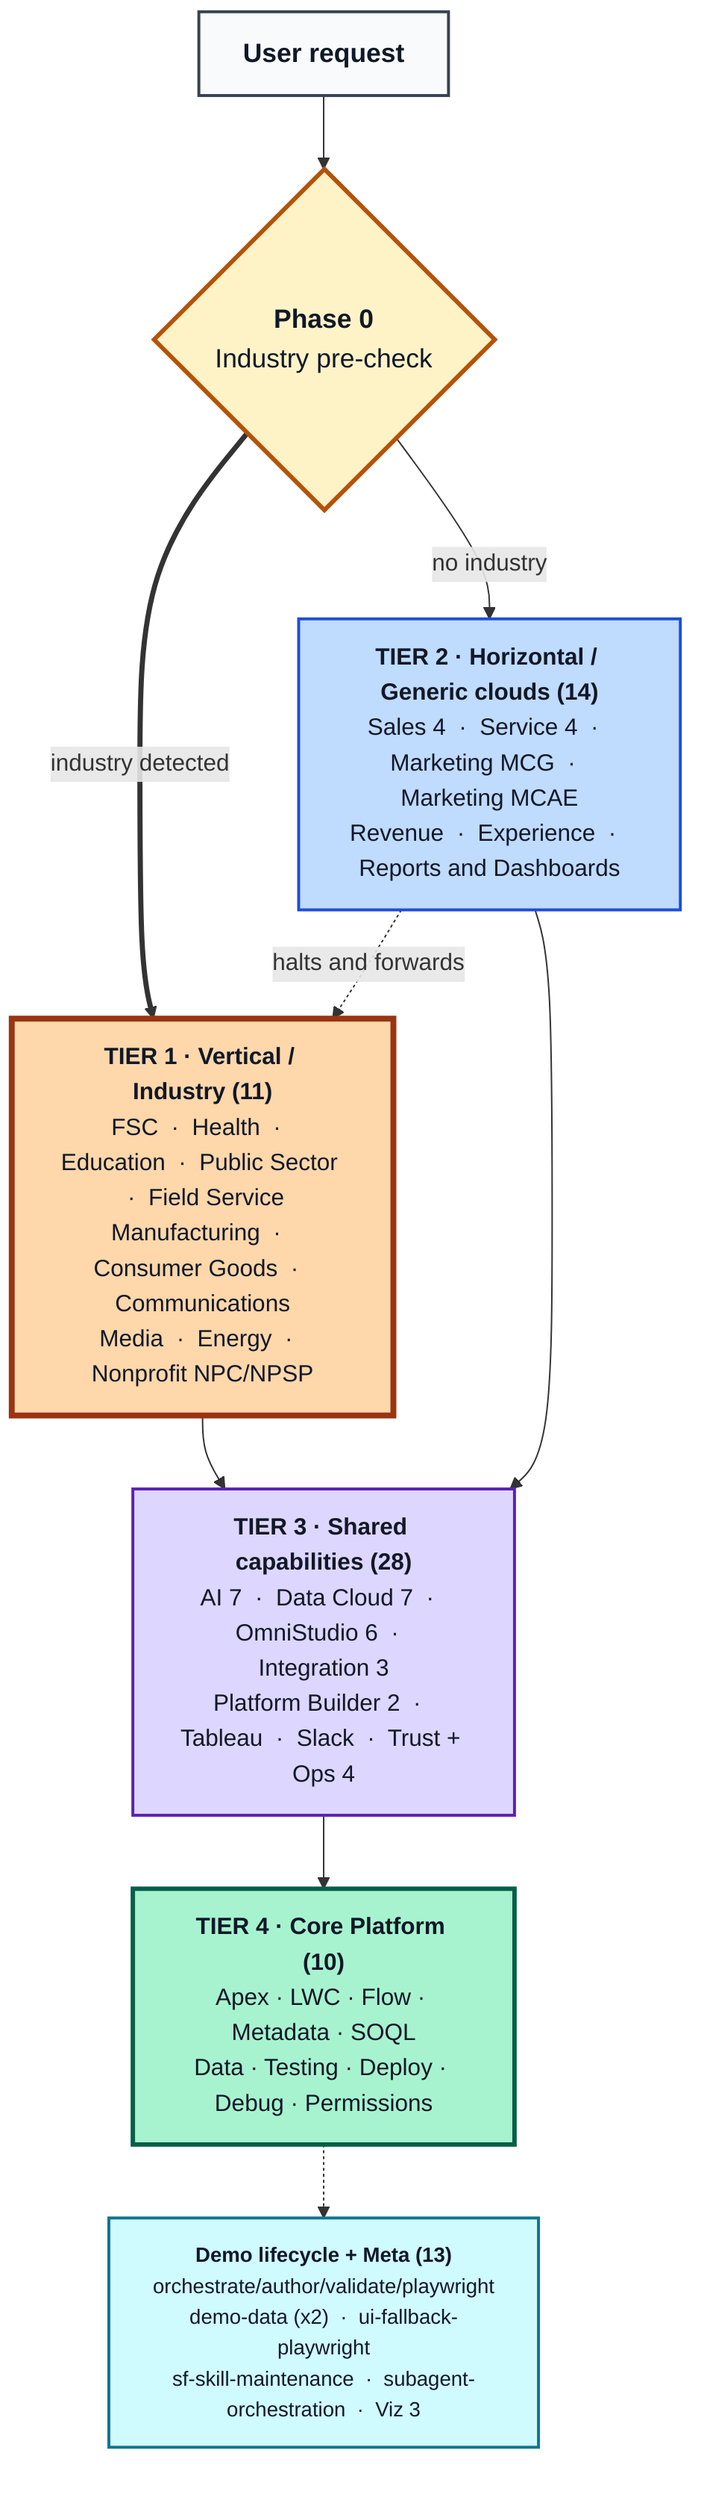
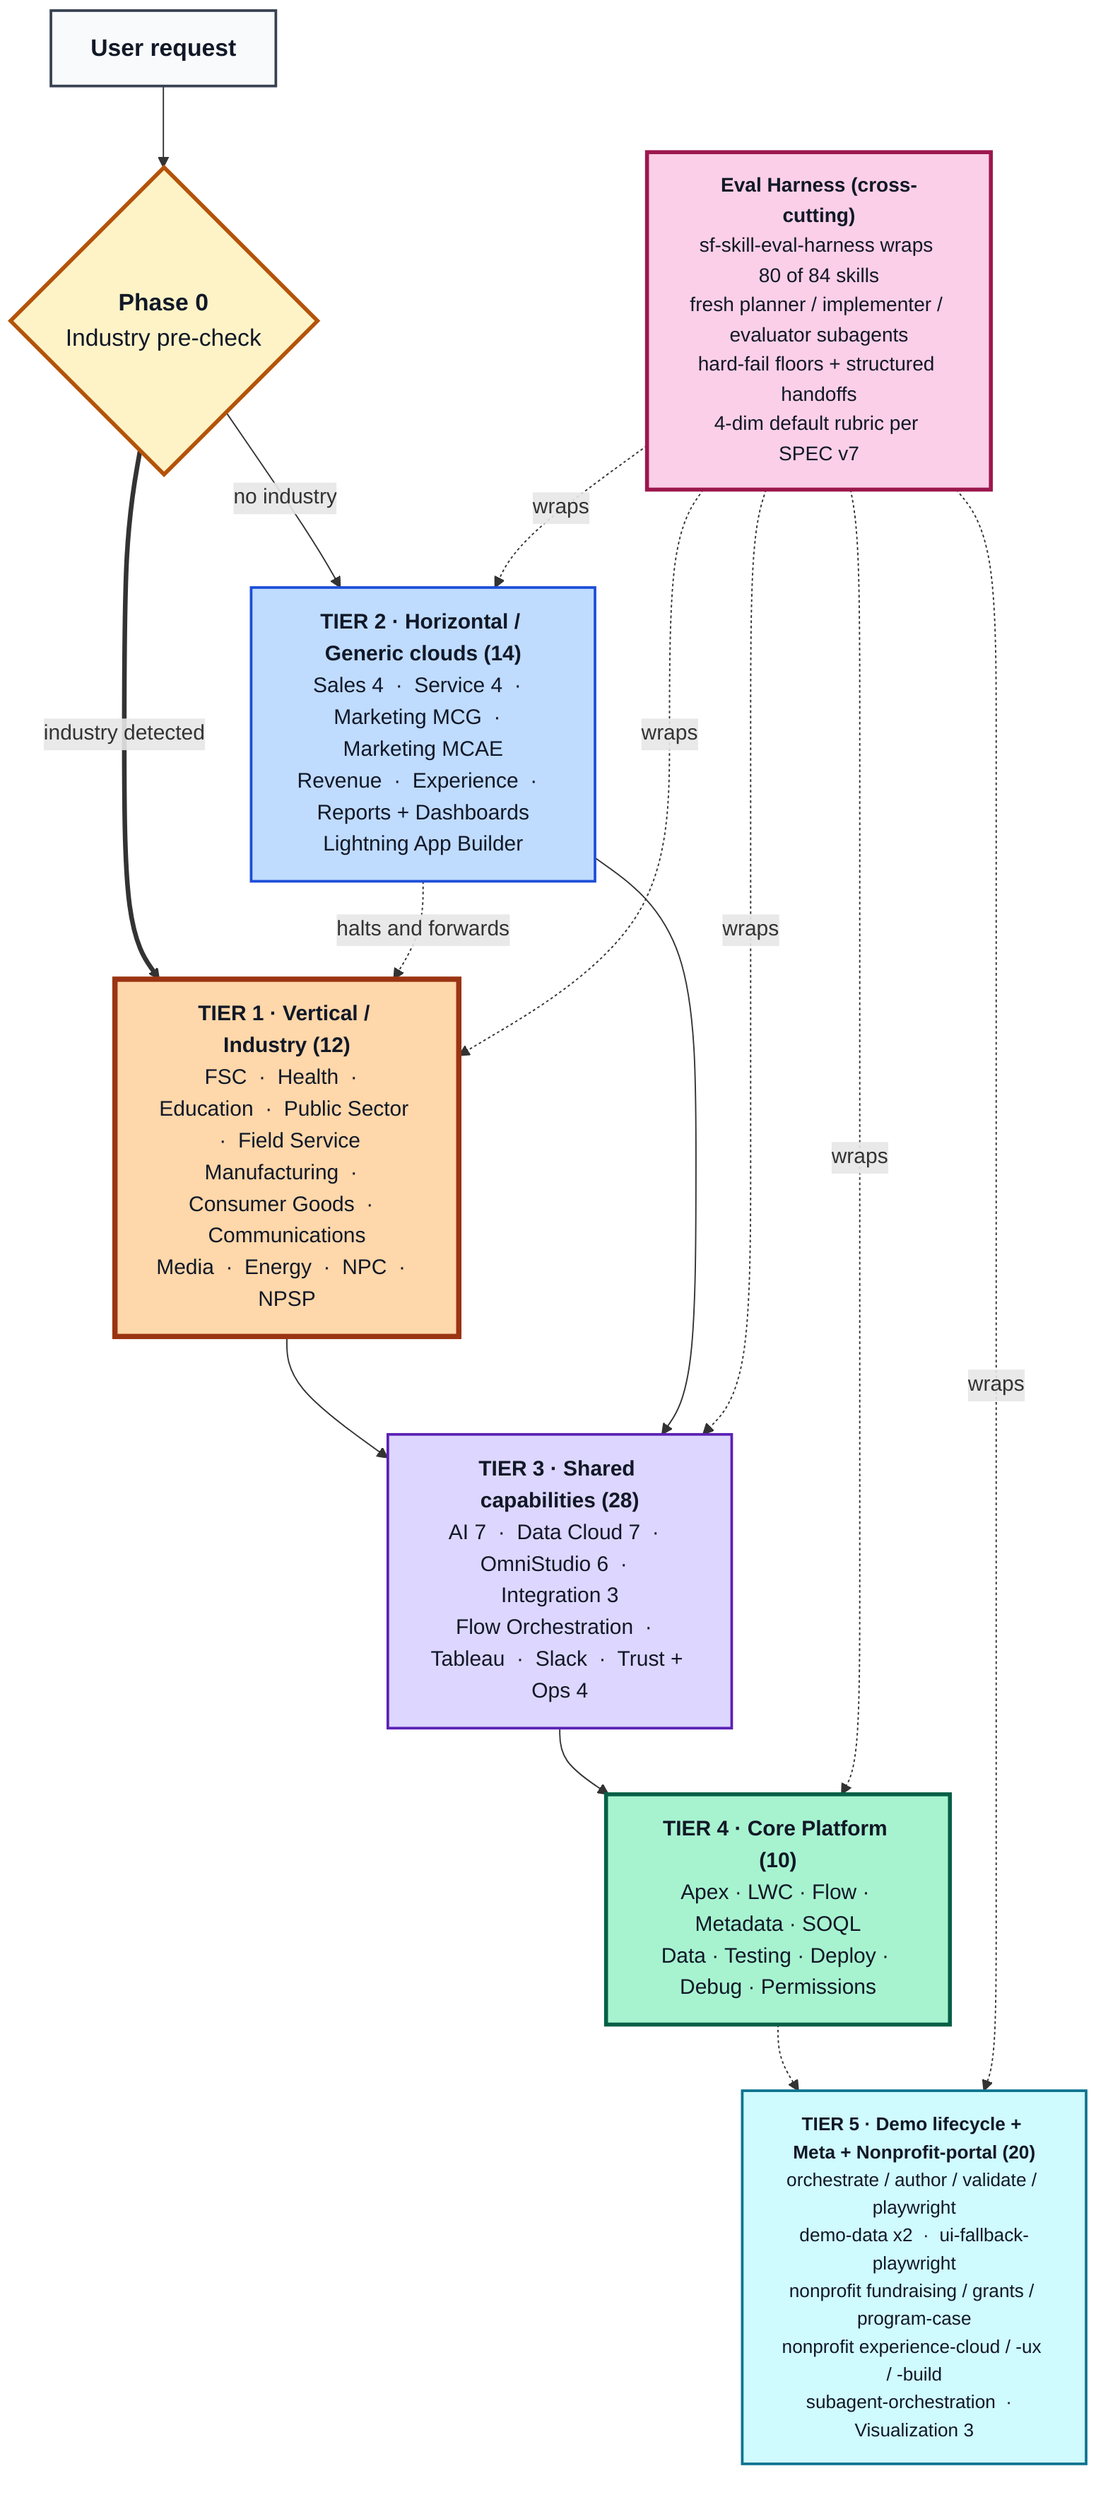
flowchart TB

    REQ["<b>User request</b>"]

    ROUTE{"<b>Phase 0</b><br/>Industry pre-check"}

-     IND["<b>TIER 1 &middot; Vertical / Industry (11)</b><br/>FSC &nbsp;&middot;&nbsp; Health &nbsp;&middot;&nbsp; Education &nbsp;&middot;&nbsp; Public Sector &nbsp;&middot;&nbsp; Field Service<br/>Manufacturing &nbsp;&middot;&nbsp; Consumer Goods &nbsp;&middot;&nbsp; Communications<br/>Media &nbsp;&middot;&nbsp; Energy &nbsp;&middot;&nbsp; Nonprofit NPC/NPSP"]
+     IND["<b>TIER 1 &middot; Vertical / Industry (12)</b><br/>FSC &nbsp;&middot;&nbsp; Health &nbsp;&middot;&nbsp; Education &nbsp;&middot;&nbsp; Public Sector &nbsp;&middot;&nbsp; Field Service<br/>Manufacturing &nbsp;&middot;&nbsp; Consumer Goods &nbsp;&middot;&nbsp; Communications<br/>Media &nbsp;&middot;&nbsp; Energy &nbsp;&middot;&nbsp; NPC &nbsp;&middot;&nbsp; NPSP"]

-     GEN["<b>TIER 2 &middot; Horizontal / Generic clouds (14)</b><br/>Sales 4 &nbsp;&middot;&nbsp; Service 4 &nbsp;&middot;&nbsp; Marketing MCG &nbsp;&middot;&nbsp; Marketing MCAE<br/>Revenue &nbsp;&middot;&nbsp; Experience &nbsp;&middot;&nbsp; Reports and Dashboards"]
+     GEN["<b>TIER 2 &middot; Horizontal / Generic clouds (14)</b><br/>Sales 4 &nbsp;&middot;&nbsp; Service 4 &nbsp;&middot;&nbsp; Marketing MCG &nbsp;&middot;&nbsp; Marketing MCAE<br/>Revenue &nbsp;&middot;&nbsp; Experience &nbsp;&middot;&nbsp; Reports + Dashboards<br/>Lightning App Builder"]

-     SHARED["<b>TIER 3 &middot; Shared capabilities (28)</b><br/>AI 7 &nbsp;&middot;&nbsp; Data Cloud 7 &nbsp;&middot;&nbsp; OmniStudio 6 &nbsp;&middot;&nbsp; Integration 3<br/>Platform Builder 2 &nbsp;&middot;&nbsp; Tableau &nbsp;&middot;&nbsp; Slack &nbsp;&middot;&nbsp; Trust + Ops 4"]
+     SHARED["<b>TIER 3 &middot; Shared capabilities (28)</b><br/>AI 7 &nbsp;&middot;&nbsp; Data Cloud 7 &nbsp;&middot;&nbsp; OmniStudio 6 &nbsp;&middot;&nbsp; Integration 3<br/>Flow Orchestration &nbsp;&middot;&nbsp; Tableau &nbsp;&middot;&nbsp; Slack &nbsp;&middot;&nbsp; Trust + Ops 4"]

    CORE["<b>TIER 4 &middot; Core Platform (10)</b><br/>Apex &middot; LWC &middot; Flow &middot; Metadata &middot; SOQL<br/>Data &middot; Testing &middot; Deploy &middot; Debug &middot; Permissions"]

-     DEMO["<b>Demo lifecycle + Meta (13)</b><br/>orchestrate/author/validate/playwright<br/>demo-data (x2) &nbsp;&middot;&nbsp; ui-fallback-playwright<br/>sf-skill-maintenance &nbsp;&middot;&nbsp; subagent-orchestration &nbsp;&middot;&nbsp; Viz 3"]
+     DEMO["<b>TIER 5 &middot; Demo lifecycle + Meta + Nonprofit-portal (20)</b><br/>orchestrate / author / validate / playwright<br/>demo-data x2 &nbsp;&middot;&nbsp; ui-fallback-playwright<br/>nonprofit fundraising / grants / program-case<br/>nonprofit experience-cloud / -ux / -build<br/>subagent-orchestration &nbsp;&middot;&nbsp; Visualization 3"]
+ 
+     HARNESS["<b>Eval Harness (cross-cutting)</b><br/>sf-skill-eval-harness wraps 80 of 84 skills<br/>fresh planner / implementer / evaluator subagents<br/>hard-fail floors + structured handoffs<br/>4-dim default rubric per SPEC v7"]

    REQ --> ROUTE
    ROUTE ==>|industry detected| IND
    ROUTE -->|no industry| GEN
    GEN -. halts and forwards .-> IND
    IND --> SHARED
    GEN --> SHARED
    SHARED --> CORE
    CORE -.-> DEMO
+     HARNESS -.wraps.-> IND
+     HARNESS -.wraps.-> GEN
+     HARNESS -.wraps.-> SHARED
+     HARNESS -.wraps.-> CORE
+     HARNESS -.wraps.-> DEMO

    classDef request fill:#F9FAFB,stroke:#374151,stroke-width:2px,color:#111827,font-size:18px
    classDef route fill:#FEF3C7,stroke:#B45309,stroke-width:3px,color:#111827,font-size:18px
    classDef industry fill:#FED7AA,stroke:#9A3412,stroke-width:4px,color:#111827,font-size:16px
    classDef generic fill:#BFDBFE,stroke:#1D4ED8,stroke-width:2px,color:#111827,font-size:16px
    classDef shared fill:#DDD6FE,stroke:#5B21B6,stroke-width:2px,color:#111827,font-size:16px
    classDef core fill:#A7F3D0,stroke:#065F46,stroke-width:3px,color:#111827,font-size:16px
    classDef delivery fill:#CFFAFE,stroke:#0E7490,stroke-width:2px,color:#111827,font-size:14px
+     classDef harness fill:#FBCFE8,stroke:#9D174D,stroke-width:3px,color:#111827,font-size:15px

    class REQ request
    class ROUTE route
    class IND industry
    class GEN generic
    class SHARED shared
    class CORE core
    class DEMO delivery
+     class HARNESS harness
